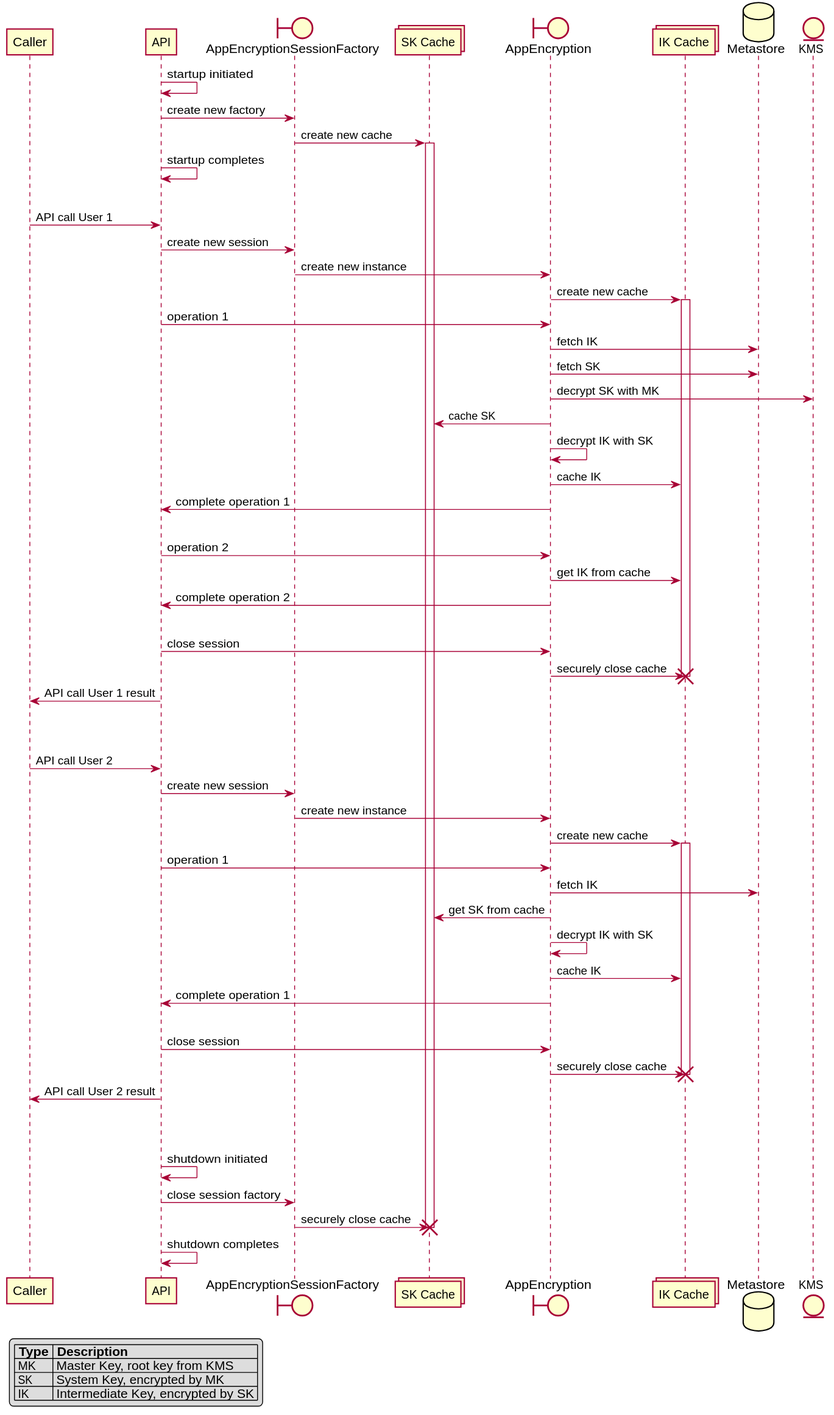
The PlantUML diagram docs/images/cache_lifecycles.svg in godaddy/asherah, before a commit.
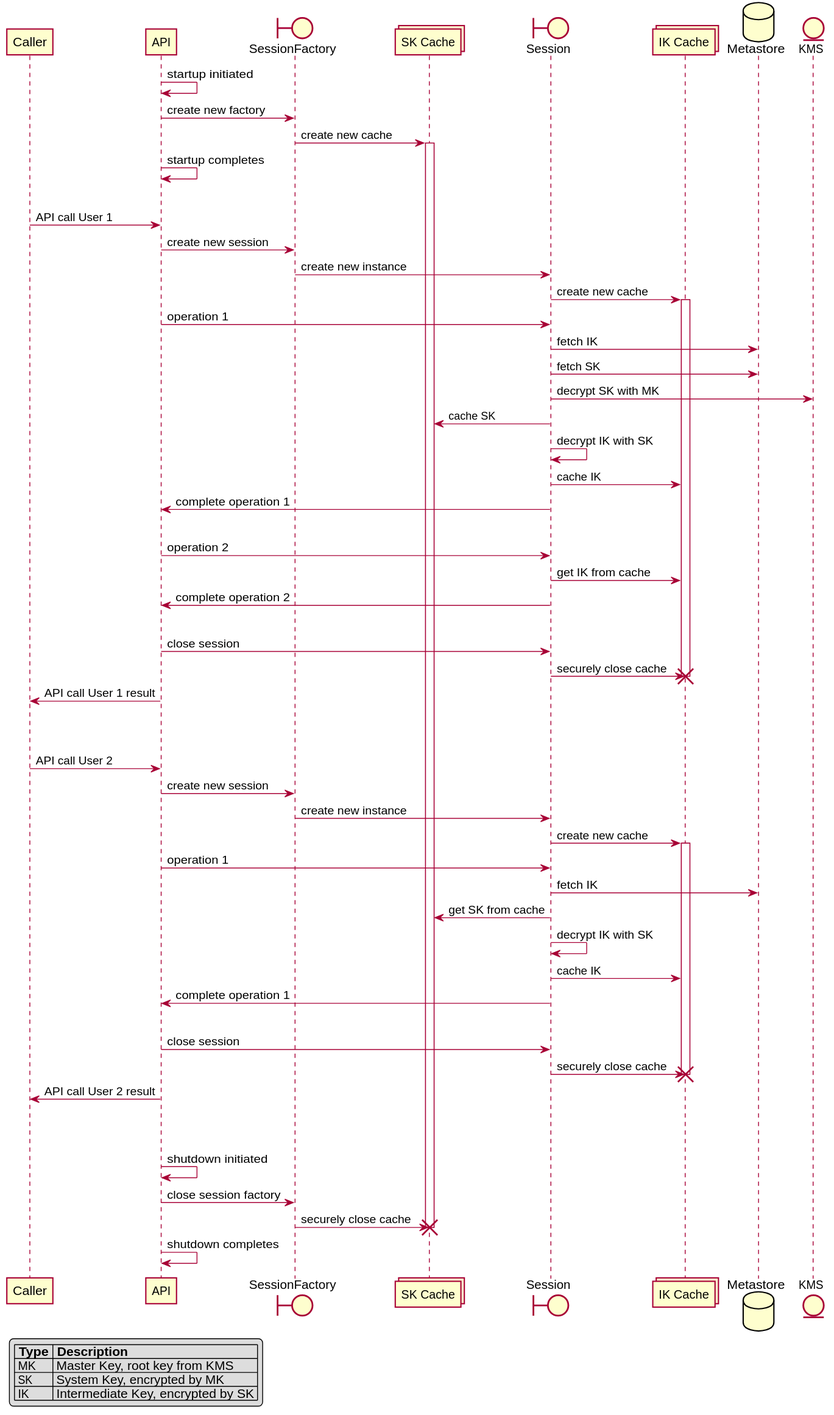
The same file after the commit.

The edit, as a diff of the source:
```diff
@@ -11,64 +11,64 @@
 
 participant Caller
 participant API
-boundary AppEncryptionSessionFactory
+boundary SessionFactory
 collections "SK Cache"
-boundary AppEncryption
+boundary Session
 collections "IK Cache"
 database Metastore
 entity KMS
 
 API -> API : startup initiated
-API -> AppEncryptionSessionFactory : create new factory
-AppEncryptionSessionFactory -> "SK Cache" : create new cache
+API -> SessionFactory : create new factory
+SessionFactory -> "SK Cache" : create new cache
 activate "SK Cache"
 API -> API : startup completes
 |||
 Caller -> API : API call User 1
-API -> AppEncryptionSessionFactory : create new session
-AppEncryptionSessionFactory -> AppEncryption : create new instance
-AppEncryption -> "IK Cache" : create new cache
+API -> SessionFactory : create new session
+SessionFactory -> Session : create new instance
+Session -> "IK Cache" : create new cache
 activate "IK Cache"
-API -> AppEncryption : operation 1
-AppEncryption -> Metastore : fetch IK
-AppEncryption -> Metastore : fetch SK
-AppEncryption -> KMS : decrypt SK with MK
-AppEncryption -> "SK Cache" : cache SK
-AppEncryption -> AppEncryption : decrypt IK with SK
-AppEncryption -> "IK Cache" : cache IK
-AppEncryption -> API : complete operation 1
+API -> Session : operation 1
+Session -> Metastore : fetch IK
+Session -> Metastore : fetch SK
+Session -> KMS : decrypt SK with MK
+Session -> "SK Cache" : cache SK
+Session -> Session : decrypt IK with SK
+Session -> "IK Cache" : cache IK
+Session -> API : complete operation 1
 |||
-API -> AppEncryption : operation 2
-AppEncryption -> "IK Cache" : get IK from cache
-AppEncryption -> API : complete operation 2
+API -> Session : operation 2
+Session -> "IK Cache" : get IK from cache
+Session -> API : complete operation 2
 |||
-API -> AppEncryption : close session
-AppEncryption -> "IK Cache" : securely close cache
+API -> Session : close session
+Session -> "IK Cache" : securely close cache
 destroy "IK Cache"
 API -> Caller : API call User 1 result
 |||
 |||
 Caller -> API : API call User 2
-API -> AppEncryptionSessionFactory : create new session
-AppEncryptionSessionFactory -> AppEncryption : create new instance
-AppEncryption -> "IK Cache" : create new cache
+API -> SessionFactory : create new session
+SessionFactory -> Session : create new instance
+Session -> "IK Cache" : create new cache
 activate "IK Cache"
-API -> AppEncryption : operation 1
-AppEncryption -> Metastore : fetch IK
-AppEncryption -> "SK Cache" : get SK from cache
-AppEncryption -> AppEncryption : decrypt IK with SK
-AppEncryption -> "IK Cache" : cache IK
-AppEncryption -> API : complete operation 1
+API -> Session : operation 1
+Session -> Metastore : fetch IK
+Session -> "SK Cache" : get SK from cache
+Session -> Session : decrypt IK with SK
+Session -> "IK Cache" : cache IK
+Session -> API : complete operation 1
 |||
-API -> AppEncryption : close session
-AppEncryption -> "IK Cache" : securely close cache
+API -> Session : close session
+Session -> "IK Cache" : securely close cache
 destroy "IK Cache"
 API -> Caller : API call User 2 result
 |||
 |||
 API -> API : shutdown initiated
-API -> AppEncryptionSessionFactory : close session factory
-AppEncryptionSessionFactory -> "SK Cache" : securely close cache
+API -> SessionFactory : close session factory
+SessionFactory -> "SK Cache" : securely close cache
 destroy "SK Cache"
 API -> API : shutdown completes
 
```
